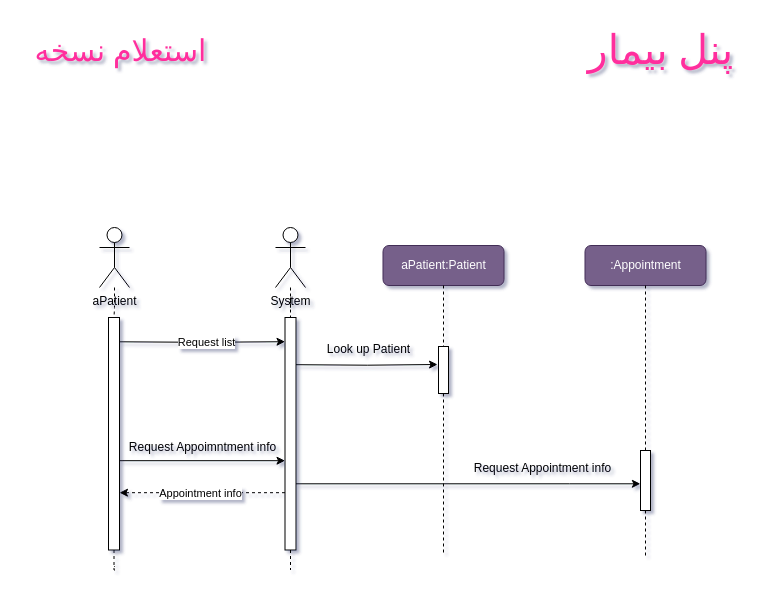
Earlier version of the draw.io diagram page "استعلام نسخه" (12 of 20) of Sequence Diagram/SequenceDiagram.drawio (Matinrezaei/Software-Lab). Source tidied: cells renumbered, new cells numbered last; positions are measured from the earlier drawing's top-left corner, leaving out a move shared by most shapes. Both pictures are drawn from the tidied source at 100%, with x=0, y=0 at pixel (17, 17).
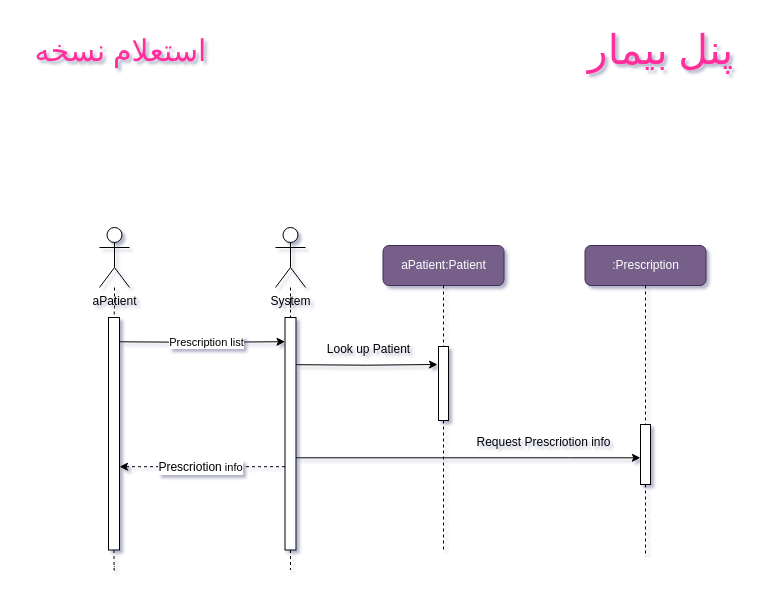
The same page after the edit.

The change refers to these unchanged cells:
```xml
<mxCell id="14" style="rounded=0;whiteSpace=wrap;html=1;direction=south;" parent="1" vertex="1">
  <mxGeometry x="267.5" y="300" width="11" height="232.5" as="geometry" />
</mxCell>
<mxCell id="28" style="edgeStyle=orthogonalEdgeStyle;rounded=0;orthogonalLoop=1;jettySize=auto;html=1;entryX=0.5;entryY=1;entryDx=0;entryDy=0;" parent="1" edge="1">
  <mxGeometry relative="1" as="geometry">
    <mxPoint x="102" y="324.3" as="sourcePoint" />
    <mxPoint x="267.5" y="324.2" as="targetPoint" />
  </mxGeometry>
</mxCell>
```

Change to the diagram source:
```diff
@@
     <mxCell id="9" style="edgeStyle=orthogonalEdgeStyle;rounded=0;orthogonalLoop=1;jettySize=auto;html=1;entryX=0.5;entryY=1;entryDx=0;entryDy=0;dashed=1;" parent="1" edge="1">
       <mxGeometry relative="1" as="geometry">
-        <mxPoint x="267.5" y="475.2" as="sourcePoint" />
-        <mxPoint x="102" y="475.2" as="targetPoint" />
+        <mxPoint x="267.5" y="449.2" as="sourcePoint" />
+        <mxPoint x="102" y="449.2" as="targetPoint" />
       </mxGeometry>
     </mxCell>
-    <mxCell id="10" value="Appointment info" style="edgeLabel;html=1;align=center;verticalAlign=middle;" parent="9" vertex="1">
+    <mxCell id="10" value="&lt;font style=&quot;font-size: 12px;&quot;&gt;Prescriotion&lt;/font&gt; info" style="edgeLabel;html=1;align=center;verticalAlign=middle;" parent="9" vertex="1">
       <mxGeometry x="0.03" relative="1" as="geometry" />
     </mxCell>
@@
-    <mxCell id="18" value=":Appointment" style="rounded=1;whiteSpace=wrap;html=1;fillColor=#76608a;fontColor=#ffffff;strokeColor=#432D57;" parent="1" vertex="1">
+    <mxCell id="18" value=":Prescription" style="rounded=1;whiteSpace=wrap;html=1;fillColor=#76608a;fontColor=#ffffff;strokeColor=#432D57;" parent="1" vertex="1">
       <mxGeometry x="567.5" y="228" width="121" height="40" as="geometry" />
     </mxCell>
-    <mxCell id="19" style="edgeStyle=orthogonalEdgeStyle;rounded=0;orthogonalLoop=1;jettySize=auto;html=1;entryX=0.5;entryY=0;entryDx=0;entryDy=0;" parent="1" edge="1">
-      <mxGeometry relative="1" as="geometry">
-        <mxPoint x="102" y="443.2" as="sourcePoint" />
-        <mxPoint x="267.5" y="443.2" as="targetPoint" />
-      </mxGeometry>
-    </mxCell>
-    <mxCell id="20" value="Request Appoimntment info" style="text;html=1;align=center;verticalAlign=middle;strokeColor=none;fillColor=none;" parent="1" vertex="1">
-      <mxGeometry x="99" y="417" width="171" height="26" as="geometry" />
-    </mxCell>
@@
     <mxCell id="22" style="rounded=0;whiteSpace=wrap;html=1;direction=south;" parent="1" vertex="1">
-      <mxGeometry x="421" y="329" width="10" height="47" as="geometry" />
+      <mxGeometry x="421" y="329" width="10" height="74" as="geometry" />
     </mxCell>
@@
     <mxCell id="25" style="rounded=0;whiteSpace=wrap;html=1;direction=south;" parent="1" vertex="1">
-      <mxGeometry x="623" y="433" width="10" height="60" as="geometry" />
+      <mxGeometry x="623" y="407" width="10" height="60" as="geometry" />
     </mxCell>
-    <mxCell id="26" style="edgeStyle=orthogonalEdgeStyle;rounded=0;jettySize=auto;html=1;entryX=0.555;entryY=1.012;entryDx=0;entryDy=0;entryPerimeter=0;" parent="1" edge="1" source="14" target="25">
+    <mxCell id="26" style="edgeStyle=orthogonalEdgeStyle;rounded=0;jettySize=auto;html=1;entryX=0.555;entryY=1.012;entryDx=0;entryDy=0;entryPerimeter=0;" parent="1" edge="1" target="25">
       <mxGeometry relative="1" as="geometry">
+        <mxPoint x="278.5" y="440.3" as="sourcePoint" />
         <Array as="points">
-          <mxPoint x="552" y="466" />
+          <mxPoint x="552" y="440" />
         </Array>
       </mxGeometry>
     </mxCell>
-    <mxCell id="27" value="&lt;font style=&quot;font-size: 12px;&quot;&gt;Request Appointment info&lt;br&gt;&lt;/font&gt;" style="text;html=1;align=center;verticalAlign=middle;strokeColor=none;fillColor=none;" parent="1" vertex="1">
-      <mxGeometry x="445" y="438" width="160" height="26" as="geometry" />
+    <mxCell id="27" value="&lt;font style=&quot;font-size: 12px;&quot;&gt;Request Prescriotion info&lt;br&gt;&lt;/font&gt;" style="text;html=1;align=center;verticalAlign=middle;strokeColor=none;fillColor=none;" parent="1" vertex="1">
+      <mxGeometry x="450" y="412" width="151" height="26" as="geometry" />
     </mxCell>
@@
-    <mxCell id="29" value="Request list" style="edgeLabel;html=1;align=center;verticalAlign=middle;" parent="28" vertex="1">
+    <mxCell id="29" value="Prescription list" style="edgeLabel;html=1;align=center;verticalAlign=middle;" parent="28" vertex="1">
       <mxGeometry x="0.05" relative="1" as="geometry" />
     </mxCell>
```
